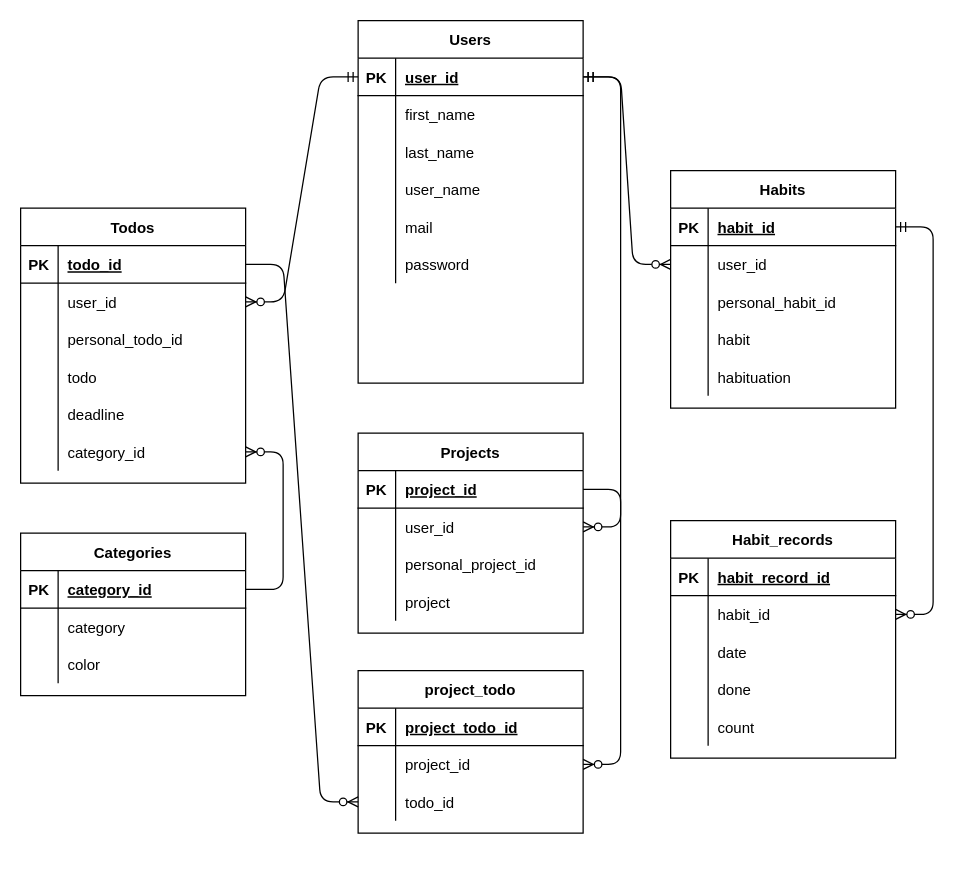
Above: ER_diagram/Motiva_ER.drawio in pndnism/Motiva (draw.io), before the change. Source tidied: cells renumbered, new cells numbered last; positions are measured from the earlier drawing's top-left corner, leaving out a move shared by most shapes. Both pictures are drawn from the tidied source at 125%, with x=0, y=0 at pixel (20, 20).
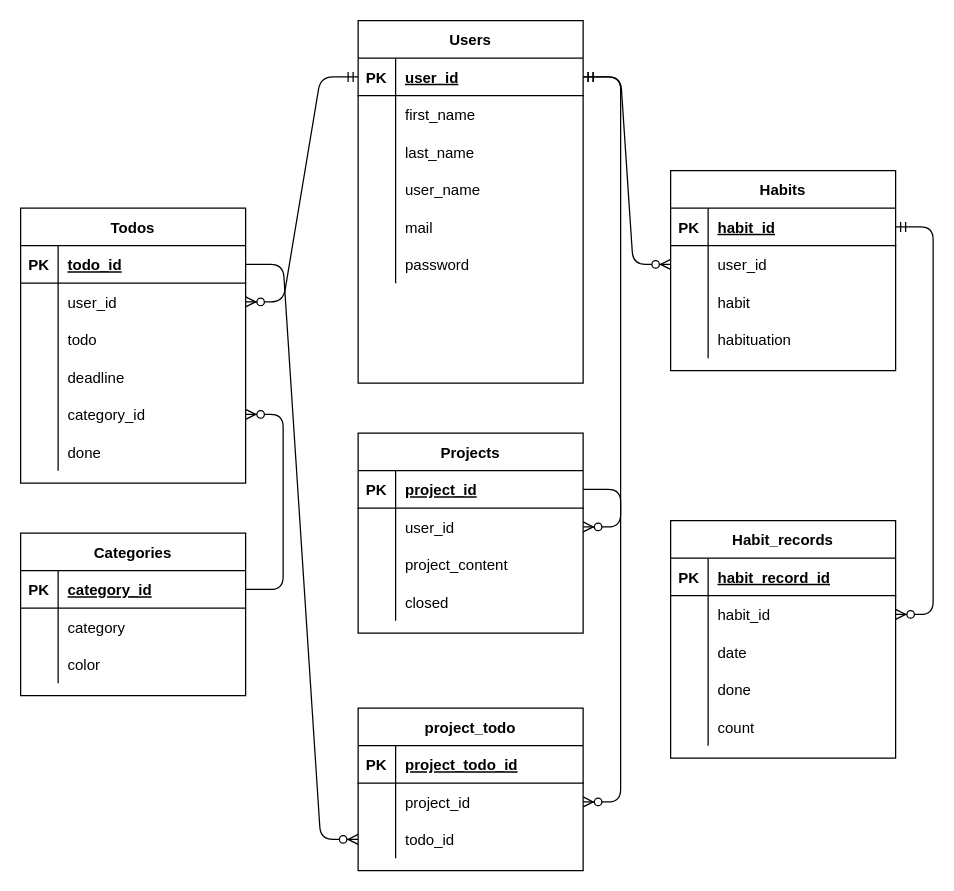
The same page after the edit.

Commit message:
ER図更新_doneなどを追加＆諸々修正

Unchanged cells that the change refers to:
```xml
<mxCell id="53" value="Projects" style="shape=table;startSize=30;childLayout=tableLayout;rowLines=0;fontStyle=1;align=center;" parent="1" vertex="1">
  <mxGeometry x="270" y="330" width="180" height="160" as="geometry" />
</mxCell>
<mxCell id="66" value="Todos" style="shape=table;startSize=30;childLayout=tableLayout;rowLines=0;fontStyle=1;align=center;" parent="1" vertex="1">
  <mxGeometry y="150" width="180" height="220" as="geometry" />
</mxCell>
```

Diff of the diagram source:
```diff
@@
     <mxCell id="21" value="Habits" style="shape=table;startSize=30;childLayout=tableLayout;rowLines=0;fontStyle=1;align=center;" parent="1" vertex="1">
-      <mxGeometry x="520" y="120" width="180" height="190" as="geometry" />
+      <mxGeometry x="520" y="120" width="180" height="160" as="geometry" />
     </mxCell>
@@
-    <mxCell id="28" style="shape=partialRectangle;fillColor=none;top=0;left=0;bottom=0;right=0;" parent="21" vertex="1">
-      <mxGeometry y="90" width="180" height="30" as="geometry" />
-    </mxCell>
-    <mxCell id="29" style="shape=partialRectangle;fillColor=none;top=0;left=0;bottom=0;right=0;overflow=hidden;" parent="28" vertex="1">
-      <mxGeometry width="30" height="30" as="geometry" />
-    </mxCell>
-    <mxCell id="30" value="personal_habit_id" style="shape=partialRectangle;fillColor=none;top=0;left=0;bottom=0;right=0;align=left;spacingLeft=6;overflow=hidden;" parent="28" vertex="1">
-      <mxGeometry x="30" width="150" height="30" as="geometry" />
-    </mxCell>
     <mxCell id="31" style="shape=partialRectangle;fillColor=none;top=0;left=0;bottom=0;right=0;" parent="21" vertex="1">
-      <mxGeometry y="120" width="180" height="30" as="geometry" />
+      <mxGeometry y="90" width="180" height="30" as="geometry" />
     </mxCell>
@@
     <mxCell id="34" style="shape=partialRectangle;fillColor=none;top=0;left=0;bottom=0;right=0;" parent="21" vertex="1">
-      <mxGeometry y="150" width="180" height="30" as="geometry" />
+      <mxGeometry y="120" width="180" height="30" as="geometry" />
     </mxCell>
@@
-    <mxCell id="60" style="shape=partialRectangle;fillColor=none;top=0;left=0;bottom=0;right=0;" parent="53" vertex="1">
-      <mxGeometry y="90" width="180" height="30" as="geometry" />
-    </mxCell>
-    <mxCell id="61" style="shape=partialRectangle;fillColor=none;top=0;left=0;bottom=0;right=0;overflow=hidden;" parent="60" vertex="1">
-      <mxGeometry width="30" height="30" as="geometry" />
-    </mxCell>
-    <mxCell id="62" value="personal_project_id" style="shape=partialRectangle;fillColor=none;top=0;left=0;bottom=0;right=0;align=left;spacingLeft=6;overflow=hidden;" parent="60" vertex="1">
-      <mxGeometry x="30" width="150" height="30" as="geometry" />
-    </mxCell>
     <mxCell id="63" style="shape=partialRectangle;fillColor=none;top=0;left=0;bottom=0;right=0;" parent="53" vertex="1">
-      <mxGeometry y="120" width="180" height="30" as="geometry" />
+      <mxGeometry y="90" width="180" height="30" as="geometry" />
     </mxCell>
@@
-    <mxCell id="65" value="project" style="shape=partialRectangle;fillColor=none;top=0;left=0;bottom=0;right=0;align=left;spacingLeft=6;overflow=hidden;" parent="63" vertex="1">
+    <mxCell id="65" value="project_content" style="shape=partialRectangle;fillColor=none;top=0;left=0;bottom=0;right=0;align=left;spacingLeft=6;overflow=hidden;" parent="63" vertex="1">
       <mxGeometry x="30" width="150" height="30" as="geometry" />
     </mxCell>
+    <mxCell id="112" style="shape=partialRectangle;fillColor=none;top=0;left=0;bottom=0;right=0;" parent="53" vertex="1">
+      <mxGeometry y="120" width="180" height="30" as="geometry" />
+    </mxCell>
+    <mxCell id="113" style="shape=partialRectangle;fillColor=none;top=0;left=0;bottom=0;right=0;overflow=hidden;" parent="112" vertex="1">
+      <mxGeometry width="30" height="30" as="geometry" />
+    </mxCell>
+    <mxCell id="114" value="closed" style="shape=partialRectangle;fillColor=none;top=0;left=0;bottom=0;right=0;align=left;spacingLeft=6;overflow=hidden;" parent="112" vertex="1">
+      <mxGeometry x="30" width="150" height="30" as="geometry" />
+    </mxCell>
@@
-    <mxCell id="73" style="shape=partialRectangle;fillColor=none;top=0;left=0;bottom=0;right=0;" parent="66" vertex="1">
-      <mxGeometry y="90" width="180" height="30" as="geometry" />
-    </mxCell>
-    <mxCell id="74" style="shape=partialRectangle;fillColor=none;top=0;left=0;bottom=0;right=0;overflow=hidden;" parent="73" vertex="1">
-      <mxGeometry width="30" height="30" as="geometry" />
-    </mxCell>
-    <mxCell id="75" value="personal_todo_id" style="shape=partialRectangle;fillColor=none;top=0;left=0;bottom=0;right=0;align=left;spacingLeft=6;overflow=hidden;" parent="73" vertex="1">
-      <mxGeometry x="30" width="150" height="30" as="geometry" />
-    </mxCell>
     <mxCell id="76" style="shape=partialRectangle;fillColor=none;top=0;left=0;bottom=0;right=0;" parent="66" vertex="1">
-      <mxGeometry y="120" width="180" height="30" as="geometry" />
+      <mxGeometry y="90" width="180" height="30" as="geometry" />
     </mxCell>
@@
     <mxCell id="79" style="shape=partialRectangle;fillColor=none;top=0;left=0;bottom=0;right=0;" parent="66" vertex="1">
-      <mxGeometry y="150" width="180" height="30" as="geometry" />
+      <mxGeometry y="120" width="180" height="30" as="geometry" />
     </mxCell>
@@
     <mxCell id="82" style="shape=partialRectangle;fillColor=none;top=0;left=0;bottom=0;right=0;points=[[0,0.5],[1,0.5]];portConstraint=eastwest;" parent="66" vertex="1">
-      <mxGeometry y="180" width="180" height="30" as="geometry" />
+      <mxGeometry y="150" width="180" height="30" as="geometry" />
     </mxCell>
@@
+    <mxCell id="115" style="shape=partialRectangle;fillColor=none;top=0;left=0;bottom=0;right=0;" parent="66" vertex="1">
+      <mxGeometry y="180" width="180" height="30" as="geometry" />
+    </mxCell>
+    <mxCell id="116" style="shape=partialRectangle;fillColor=none;top=0;left=0;bottom=0;right=0;overflow=hidden;" parent="115" vertex="1">
+      <mxGeometry width="30" height="30" as="geometry" />
+    </mxCell>
+    <mxCell id="117" value="done" style="shape=partialRectangle;fillColor=none;top=0;left=0;bottom=0;right=0;align=left;spacingLeft=6;overflow=hidden;" parent="115" vertex="1">
+      <mxGeometry x="30" width="150" height="30" as="geometry" />
+    </mxCell>
@@
     <mxCell id="99" value="project_todo" style="shape=table;startSize=30;childLayout=tableLayout;rowLines=0;fontStyle=1;align=center;" parent="1" vertex="1">
-      <mxGeometry x="270" y="520" width="180" height="130" as="geometry" />
+      <mxGeometry x="270" y="550" width="180" height="130" as="geometry" />
     </mxCell>
```
